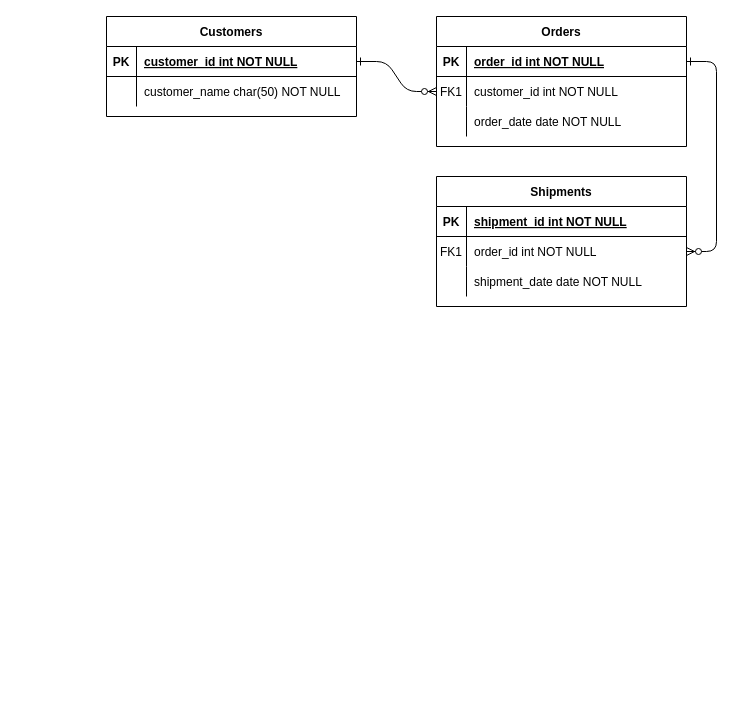
Earlier version of the draw.io diagram G1.drawio (hmgqzx/ImageHosting). Source tidied: cells renumbered, new cells numbered last; positions are measured from the earlier drawing's top-left corner, leaving out a move shared by most shapes. Both pictures are drawn from the tidied source at 100%, with x=0, y=0 at pixel (106, 16).
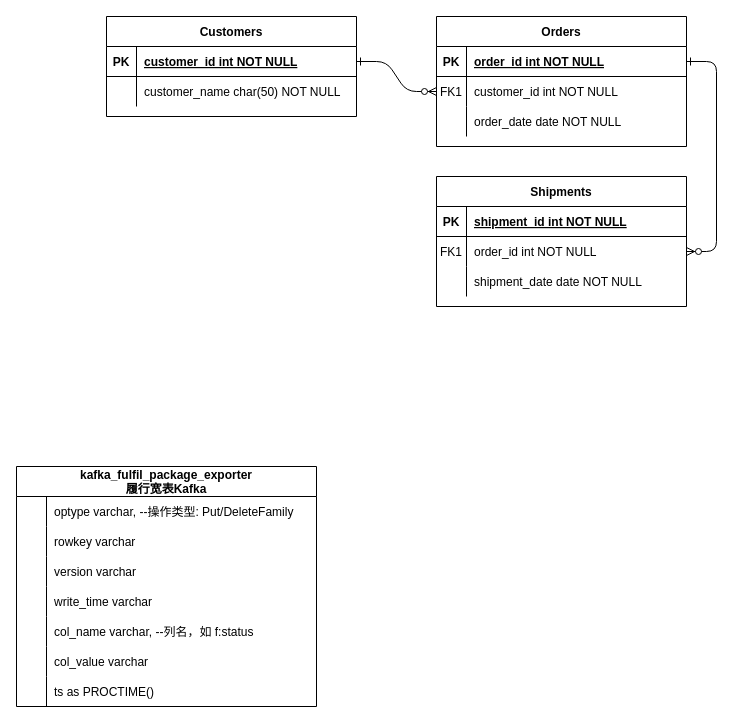
Above is the later version.

Change to the diagram source:
```diff
@@
+    <mxCell id="31" value="kafka_fulfil_package_exporter&#10;履行宽表Kafka" style="shape=table;startSize=30;childLayout=tableLayout;rowLines=0;fontStyle=1;align=center;" parent="1" vertex="1">
+      <mxGeometry x="-90" y="450" width="300" height="240" as="geometry" />
+    </mxCell>
+    <mxCell id="32" style="shape=tableRow;horizontal=0;startSize=0;swimlaneHead=0;swimlaneBody=0;fillColor=none;strokeColor=inherit;top=0;left=0;right=0;bottom=0;" parent="31" vertex="1">
+      <mxGeometry y="30" width="300" height="30" as="geometry" />
+    </mxCell>
+    <mxCell id="33" style="shape=partialRectangle;overflow=hidden;fillColor=none;strokeColor=inherit;top=0;left=0;bottom=0;right=0;" parent="32" vertex="1">
+      <mxGeometry width="30" height="30" as="geometry" />
+    </mxCell>
+    <mxCell id="34" value="optype varchar, --操作类型: Put/DeleteFamily" style="shape=partialRectangle;overflow=hidden;fillColor=none;align=left;strokeColor=inherit;top=0;left=0;bottom=0;right=0;spacingLeft=6;" parent="32" vertex="1">
+      <mxGeometry x="30" width="270" height="30" as="geometry" />
+    </mxCell>
+    <mxCell id="35" style="shape=tableRow;horizontal=0;startSize=0;swimlaneHead=0;swimlaneBody=0;fillColor=none;strokeColor=inherit;top=0;left=0;right=0;bottom=0;" parent="31" vertex="1">
+      <mxGeometry y="60" width="300" height="30" as="geometry" />
+    </mxCell>
+    <mxCell id="36" style="shape=partialRectangle;overflow=hidden;fillColor=none;strokeColor=inherit;top=0;left=0;bottom=0;right=0;" parent="35" vertex="1">
+      <mxGeometry width="30" height="30" as="geometry" />
+    </mxCell>
+    <mxCell id="37" value="rowkey varchar" style="shape=partialRectangle;overflow=hidden;fillColor=none;align=left;strokeColor=inherit;top=0;left=0;bottom=0;right=0;spacingLeft=6;" parent="35" vertex="1">
+      <mxGeometry x="30" width="270" height="30" as="geometry" />
+    </mxCell>
+    <mxCell id="38" style="shape=tableRow;horizontal=0;startSize=0;swimlaneHead=0;swimlaneBody=0;fillColor=none;strokeColor=inherit;top=0;left=0;right=0;bottom=0;" parent="31" vertex="1">
+      <mxGeometry y="90" width="300" height="30" as="geometry" />
+    </mxCell>
+    <mxCell id="39" style="shape=partialRectangle;overflow=hidden;fillColor=none;strokeColor=inherit;top=0;left=0;bottom=0;right=0;" parent="38" vertex="1">
+      <mxGeometry width="30" height="30" as="geometry" />
+    </mxCell>
+    <mxCell id="40" value="version varchar" style="shape=partialRectangle;overflow=hidden;fillColor=none;align=left;strokeColor=inherit;top=0;left=0;bottom=0;right=0;spacingLeft=6;" parent="38" vertex="1">
+      <mxGeometry x="30" width="270" height="30" as="geometry" />
+    </mxCell>
+    <mxCell id="41" style="shape=tableRow;horizontal=0;startSize=0;swimlaneHead=0;swimlaneBody=0;fillColor=none;strokeColor=inherit;top=0;left=0;right=0;bottom=0;" parent="31" vertex="1">
+      <mxGeometry y="120" width="300" height="30" as="geometry" />
+    </mxCell>
+    <mxCell id="42" style="shape=partialRectangle;overflow=hidden;fillColor=none;strokeColor=inherit;top=0;left=0;bottom=0;right=0;" parent="41" vertex="1">
+      <mxGeometry width="30" height="30" as="geometry" />
+    </mxCell>
+    <mxCell id="43" value="write_time varchar" style="shape=partialRectangle;overflow=hidden;fillColor=none;align=left;strokeColor=inherit;top=0;left=0;bottom=0;right=0;spacingLeft=6;" parent="41" vertex="1">
+      <mxGeometry x="30" width="270" height="30" as="geometry" />
+    </mxCell>
+    <mxCell id="44" style="shape=tableRow;horizontal=0;startSize=0;swimlaneHead=0;swimlaneBody=0;fillColor=none;strokeColor=inherit;top=0;left=0;right=0;bottom=0;" parent="31" vertex="1">
+      <mxGeometry y="150" width="300" height="30" as="geometry" />
+    </mxCell>
+    <mxCell id="45" style="shape=partialRectangle;overflow=hidden;fillColor=none;strokeColor=inherit;top=0;left=0;bottom=0;right=0;" parent="44" vertex="1">
+      <mxGeometry width="30" height="30" as="geometry" />
+    </mxCell>
+    <mxCell id="46" value="col_name varchar, --列名，如 f:status" style="shape=partialRectangle;overflow=hidden;fillColor=none;align=left;strokeColor=inherit;top=0;left=0;bottom=0;right=0;spacingLeft=6;" parent="44" vertex="1">
+      <mxGeometry x="30" width="270" height="30" as="geometry" />
+    </mxCell>
+    <mxCell id="47" style="shape=tableRow;horizontal=0;startSize=0;swimlaneHead=0;swimlaneBody=0;fillColor=none;strokeColor=inherit;top=0;left=0;right=0;bottom=0;" parent="31" vertex="1">
+      <mxGeometry y="180" width="300" height="30" as="geometry" />
+    </mxCell>
+    <mxCell id="48" style="shape=partialRectangle;overflow=hidden;fillColor=none;strokeColor=inherit;top=0;left=0;bottom=0;right=0;" parent="47" vertex="1">
+      <mxGeometry width="30" height="30" as="geometry" />
+    </mxCell>
+    <mxCell id="49" value="col_value varchar" style="shape=partialRectangle;overflow=hidden;fillColor=none;align=left;strokeColor=inherit;top=0;left=0;bottom=0;right=0;spacingLeft=6;" parent="47" vertex="1">
+      <mxGeometry x="30" width="270" height="30" as="geometry" />
+    </mxCell>
+    <mxCell id="50" style="shape=tableRow;horizontal=0;startSize=0;swimlaneHead=0;swimlaneBody=0;fillColor=none;strokeColor=inherit;top=0;left=0;right=0;bottom=0;" parent="31" vertex="1">
+      <mxGeometry y="210" width="300" height="30" as="geometry" />
+    </mxCell>
+    <mxCell id="51" style="shape=partialRectangle;overflow=hidden;fillColor=none;strokeColor=inherit;top=0;left=0;bottom=0;right=0;" parent="50" vertex="1">
+      <mxGeometry width="30" height="30" as="geometry" />
+    </mxCell>
+    <mxCell id="52" value="ts as PROCTIME()" style="shape=partialRectangle;overflow=hidden;fillColor=none;align=left;strokeColor=inherit;top=0;left=0;bottom=0;right=0;spacingLeft=6;" parent="50" vertex="1">
+      <mxGeometry x="30" width="270" height="30" as="geometry" />
+    </mxCell>
```
